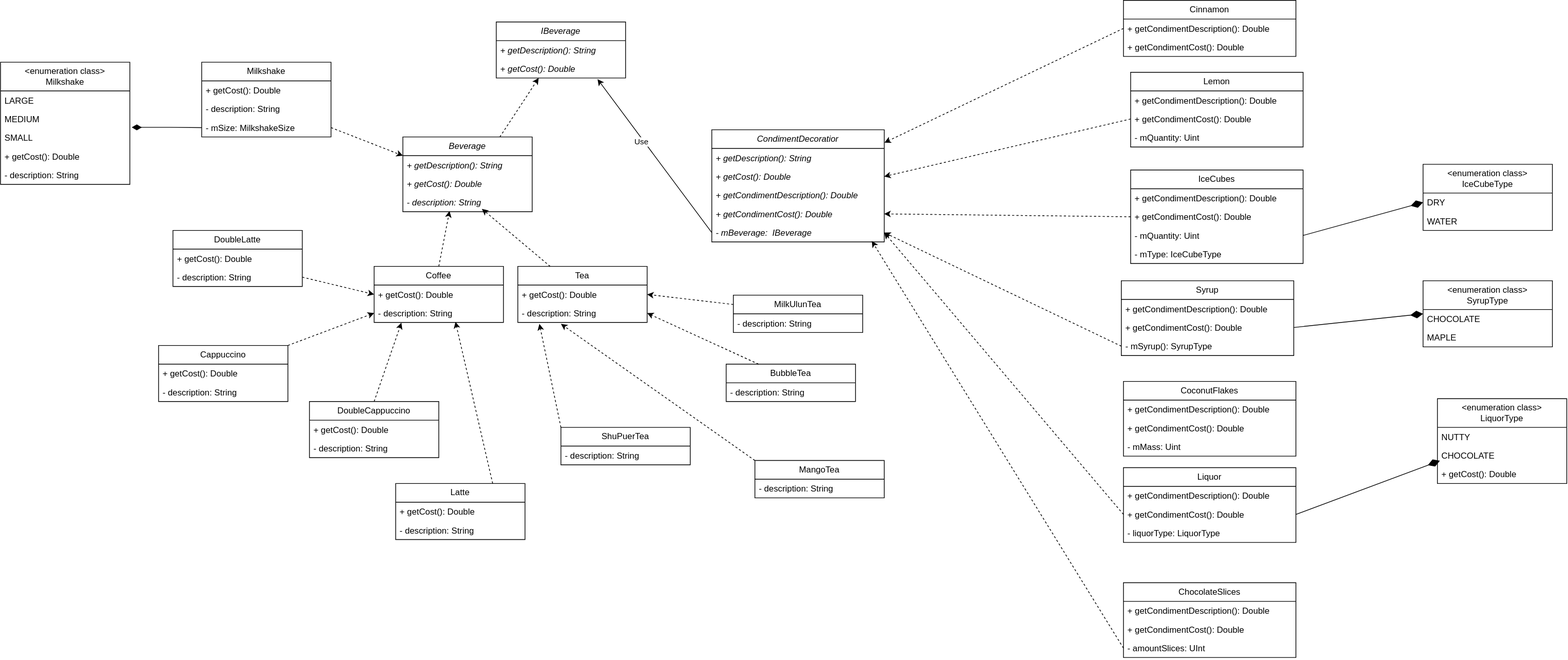
The draw.io diagram lab3/src/main/condimentsUML.svg in kirll-web/ood, before a commit. Source tidied: cells renumbered, new cells last; positions are measured from the earlier drawing's top-left corner, leaving out a move shared by most shapes.
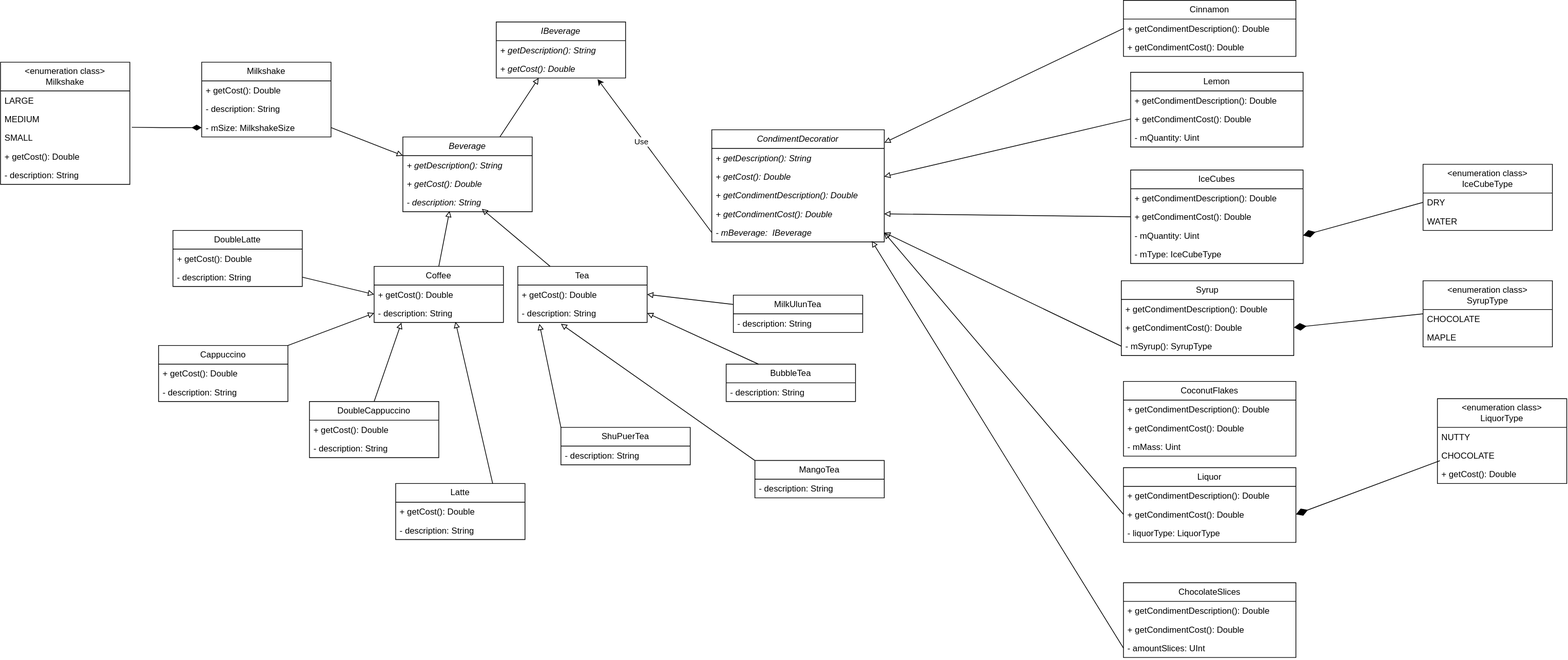
Later version of the same file.

Diff of the diagram source:
```diff
@@ -38,7 +38,7 @@
     <mxCell id="13" value="- description: String" style="text;strokeColor=none;fillColor=none;align=left;verticalAlign=top;spacingLeft=4;spacingRight=4;overflow=hidden;whiteSpace=wrap;html=1;fontStyle=0;" parent="12" vertex="1">
       <mxGeometry y="26" width="180" height="26" as="geometry" />
     </mxCell>
-    <mxCell id="14" style="rounded=0;jettySize=auto;html=1;exitX=0;exitY=0.25;exitDx=0;exitDy=0;entryX=1;entryY=0.5;entryDx=0;entryDy=0;dashed=1;" parent="1" edge="1" source="15" target="10">
+    <mxCell id="14" style="rounded=0;jettySize=auto;html=1;exitX=0;exitY=0.25;exitDx=0;exitDy=0;entryX=1;entryY=0.5;entryDx=0;entryDy=0;endArrow=block;endFill=0;" parent="1" edge="1" source="15" target="10">
       <mxGeometry relative="1" as="geometry" />
     </mxCell>
     <mxCell id="15" value="MilkUlunTea" style="swimlane;fontStyle=0;horizontal=1;startSize=26;fillColor=none;whiteSpace=wrap;html=1;" parent="1" vertex="1">
@@ -53,7 +53,7 @@
     <mxCell id="18" value="- description: String" style="text;strokeColor=none;fillColor=none;align=left;verticalAlign=top;spacingLeft=4;spacingRight=4;overflow=hidden;whiteSpace=wrap;html=1;fontStyle=0;" parent="17" vertex="1">
       <mxGeometry y="26" width="180" height="26" as="geometry" />
     </mxCell>
-    <mxCell id="19" style="rounded=0;jettySize=auto;html=1;exitX=0;exitY=0;exitDx=0;exitDy=0;dashed=1;" parent="1" edge="1" source="20">
+    <mxCell id="19" style="rounded=0;jettySize=auto;html=1;exitX=0;exitY=0;exitDx=0;exitDy=0;endArrow=block;endFill=0;" parent="1" edge="1" source="20">
       <mxGeometry relative="1" as="geometry">
         <mxPoint x="780" y="450" as="targetPoint" />
       </mxGeometry>
@@ -64,7 +64,7 @@
     <mxCell id="21" value="- description: String" style="text;strokeColor=none;fillColor=none;align=left;verticalAlign=top;spacingLeft=4;spacingRight=4;overflow=hidden;whiteSpace=wrap;html=1;fontStyle=0;" parent="20" vertex="1">
       <mxGeometry y="26" width="180" height="26" as="geometry" />
     </mxCell>
-    <mxCell id="22" style="rounded=0;jettySize=auto;html=1;exitX=1;exitY=0;exitDx=0;exitDy=0;entryX=0;entryY=0.5;entryDx=0;entryDy=0;dashed=1;" parent="1" edge="1" source="23" target="8">
+    <mxCell id="22" style="rounded=0;jettySize=auto;html=1;exitX=1;exitY=0;exitDx=0;exitDy=0;entryX=0;entryY=0.5;entryDx=0;entryDy=0;endArrow=block;endFill=0;" parent="1" edge="1" source="23" target="8">
       <mxGeometry relative="1" as="geometry" />
     </mxCell>
     <mxCell id="23" value="Cappuccino" style="swimlane;fontStyle=0;horizontal=1;startSize=26;fillColor=none;whiteSpace=wrap;html=1;" parent="1" vertex="1">
@@ -274,30 +274,27 @@
     <mxCell id="91" value="-&amp;nbsp;amountSlices&lt;span style=&quot;background-color: initial;&quot;&gt;:&amp;nbsp;&lt;/span&gt;&lt;span style=&quot;background-color: initial;&quot;&gt;UInt&lt;/span&gt;" style="text;strokeColor=none;fillColor=none;align=left;verticalAlign=top;spacingLeft=4;spacingRight=4;overflow=hidden;points=[[0,0.5],[1,0.5]];portConstraint=eastwest;whiteSpace=wrap;html=1;fontStyle=0;" parent="88" vertex="1">
       <mxGeometry y="78" width="240" height="26" as="geometry" />
     </mxCell>
-    <mxCell id="92" style="rounded=0;jettySize=auto;html=1;exitX=0.75;exitY=0;exitDx=0;exitDy=0;entryX=0.328;entryY=1;entryDx=0;entryDy=0;entryPerimeter=0;dashed=1;" parent="1" edge="1" source="2" target="53">
+    <mxCell id="92" style="rounded=0;jettySize=auto;html=1;exitX=0.75;exitY=0;exitDx=0;exitDy=0;entryX=0.328;entryY=1;entryDx=0;entryDy=0;entryPerimeter=0;endArrow=block;endFill=0;" parent="1" edge="1" source="2" target="53">
       <mxGeometry relative="1" as="geometry" />
     </mxCell>
-    <mxCell id="93" style="rounded=0;jettySize=auto;html=1;exitX=0.5;exitY=0;exitDx=0;exitDy=0;entryX=0.361;entryY=0.962;entryDx=0;entryDy=0;entryPerimeter=0;dashed=1;" parent="1" edge="1" source="6" target="5">
+    <mxCell id="93" style="rounded=0;jettySize=auto;html=1;exitX=0.5;exitY=0;exitDx=0;exitDy=0;entryX=0.361;entryY=0.962;entryDx=0;entryDy=0;entryPerimeter=0;endArrow=block;endFill=0;" parent="1" edge="1" source="6" target="5">
       <mxGeometry relative="1" as="geometry" />
     </mxCell>
-    <mxCell id="94" style="rounded=0;jettySize=auto;html=1;exitX=0.25;exitY=0;exitDx=0;exitDy=0;dashed=1;" parent="1" edge="1" source="9">
+    <mxCell id="94" style="rounded=0;jettySize=auto;html=1;exitX=0.25;exitY=0;exitDx=0;exitDy=0;endArrow=block;endFill=0;" parent="1" edge="1" source="9">
       <mxGeometry relative="1" as="geometry">
         <mxPoint x="670" y="290" as="targetPoint" />
       </mxGeometry>
     </mxCell>
-    <mxCell id="95" style="rounded=0;jettySize=auto;html=1;exitX=1;exitY=0.5;exitDx=0;exitDy=0;entryX=0;entryY=0.5;entryDx=0;entryDy=0;dashed=1;" parent="1" edge="1" source="34" target="7">
+    <mxCell id="95" style="rounded=0;jettySize=auto;html=1;exitX=1;exitY=0.5;exitDx=0;exitDy=0;entryX=0;entryY=0.5;entryDx=0;entryDy=0;endArrow=block;endFill=0;" parent="1" edge="1" source="34" target="7">
       <mxGeometry relative="1" as="geometry" />
     </mxCell>
-    <mxCell id="96" style="rounded=0;jettySize=auto;html=1;exitX=0.5;exitY=0;exitDx=0;exitDy=0;entryX=0.211;entryY=1.014;entryDx=0;entryDy=0;entryPerimeter=0;dashed=1;" parent="1" edge="1" source="26" target="8">
+    <mxCell id="96" style="rounded=0;jettySize=auto;html=1;exitX=0.5;exitY=0;exitDx=0;exitDy=0;entryX=0.211;entryY=1.014;entryDx=0;entryDy=0;entryPerimeter=0;endArrow=block;endFill=0;" parent="1" edge="1" source="26" target="8">
       <mxGeometry relative="1" as="geometry" />
     </mxCell>
-    <mxCell id="97" style="rounded=0;jettySize=auto;html=1;exitX=0.75;exitY=0;exitDx=0;exitDy=0;entryX=0.629;entryY=0.968;entryDx=0;entryDy=0;entryPerimeter=0;dashed=1;" parent="1" edge="1" source="29" target="8">
+    <mxCell id="97" style="rounded=0;jettySize=auto;html=1;exitX=0.75;exitY=0;exitDx=0;exitDy=0;entryX=0.629;entryY=0.968;entryDx=0;entryDy=0;entryPerimeter=0;endArrow=block;endFill=0;" parent="1" edge="1" source="29" target="8">
       <mxGeometry relative="1" as="geometry" />
     </mxCell>
-    <mxCell id="98" style="edgeStyle=orthogonalEdgeStyle;rounded=0;jettySize=auto;html=1;exitX=1.015;exitY=-0.054;exitDx=0;exitDy=0;entryX=0;entryY=0.5;entryDx=0;entryDy=0;endArrow=none;endFill=0;startArrow=diamondThin;startFill=1;exitPerimeter=0;endSize=13;targetPerimeterSpacing=8;sourcePerimeterSpacing=11;startSize=11;" parent="1" edge="1" source="42" target="38">
-      <mxGeometry relative="1" as="geometry" />
-    </mxCell>
-    <mxCell id="99" style="rounded=0;jettySize=auto;html=1;exitX=1;exitY=0.5;exitDx=0;exitDy=0;dashed=1;entryX=0;entryY=0.25;entryDx=0;entryDy=0;" parent="1" edge="1" source="38" target="2">
+    <mxCell id="99" style="rounded=0;jettySize=auto;html=1;exitX=1;exitY=0.5;exitDx=0;exitDy=0;entryX=0;entryY=0.25;entryDx=0;entryDy=0;endArrow=block;endFill=0;" parent="1" edge="1" source="38" target="2">
       <mxGeometry relative="1" as="geometry" />
     </mxCell>
     <mxCell id="100" style="rounded=0;jettySize=auto;html=1;exitX=0;exitY=0.5;exitDx=0;exitDy=0;entryX=0.783;entryY=1.059;entryDx=0;entryDy=0;entryPerimeter=0;" parent="1" edge="1" source="50" target="53">
@@ -308,37 +305,40 @@
         <mxPoint y="1" as="offset" />
       </mxGeometry>
     </mxCell>
-    <mxCell id="102" style="rounded=0;jettySize=auto;html=1;exitX=0.25;exitY=0;exitDx=0;exitDy=0;entryX=1;entryY=0.5;entryDx=0;entryDy=0;dashed=1;" parent="1" edge="1" source="12" target="11">
+    <mxCell id="102" style="rounded=0;jettySize=auto;html=1;exitX=0.25;exitY=0;exitDx=0;exitDy=0;entryX=1;entryY=0.5;entryDx=0;entryDy=0;endArrow=block;endFill=0;" parent="1" edge="1" source="12" target="11">
       <mxGeometry relative="1" as="geometry" />
     </mxCell>
-    <mxCell id="103" style="rounded=0;jettySize=auto;html=1;exitX=0;exitY=0;exitDx=0;exitDy=0;entryX=0.167;entryY=1.077;entryDx=0;entryDy=0;entryPerimeter=0;dashed=1;" parent="1" edge="1" source="17" target="11">
+    <mxCell id="103" style="rounded=0;jettySize=auto;html=1;exitX=0;exitY=0;exitDx=0;exitDy=0;entryX=0.167;entryY=1.077;entryDx=0;entryDy=0;entryPerimeter=0;endArrow=block;endFill=0;" parent="1" edge="1" source="17" target="11">
       <mxGeometry relative="1" as="geometry" />
     </mxCell>
-    <mxCell id="104" style="rounded=0;jettySize=auto;html=1;exitX=0;exitY=0.5;exitDx=0;exitDy=0;dashed=1;entryX=1.001;entryY=0.115;entryDx=0;entryDy=0;entryPerimeter=0;" parent="1" edge="1" source="55" target="45">
+    <mxCell id="104" style="rounded=0;jettySize=auto;html=1;exitX=0;exitY=0.5;exitDx=0;exitDy=0;entryX=1.001;entryY=0.115;entryDx=0;entryDy=0;entryPerimeter=0;endArrow=block;endFill=0;" parent="1" edge="1" source="55" target="45">
       <mxGeometry relative="1" as="geometry" />
     </mxCell>
-    <mxCell id="105" style="rounded=0;jettySize=auto;html=1;exitX=0;exitY=0.5;exitDx=0;exitDy=0;entryX=1;entryY=0.5;entryDx=0;entryDy=0;dashed=1;" parent="1" edge="1" source="59" target="47">
+    <mxCell id="105" style="rounded=0;jettySize=auto;html=1;exitX=0;exitY=0.5;exitDx=0;exitDy=0;entryX=1;entryY=0.5;entryDx=0;entryDy=0;endArrow=block;endFill=0;" parent="1" edge="1" source="59" target="47">
       <mxGeometry relative="1" as="geometry" />
     </mxCell>
-    <mxCell id="106" style="rounded=0;jettySize=auto;html=1;exitX=0;exitY=0.5;exitDx=0;exitDy=0;entryX=1;entryY=0.5;entryDx=0;entryDy=0;dashed=1;" parent="1" edge="1" source="63" target="49">
+    <mxCell id="106" style="rounded=0;jettySize=auto;html=1;exitX=0;exitY=0.5;exitDx=0;exitDy=0;entryX=1;entryY=0.5;entryDx=0;entryDy=0;endArrow=block;endFill=0;" parent="1" edge="1" source="63" target="49">
       <mxGeometry relative="1" as="geometry" />
     </mxCell>
-    <mxCell id="107" style="rounded=0;jettySize=auto;html=1;exitX=0;exitY=0.5;exitDx=0;exitDy=0;entryX=1;entryY=0.5;entryDx=0;entryDy=0;dashed=1;" parent="1" edge="1" source="72" target="50">
+    <mxCell id="107" style="rounded=0;jettySize=auto;html=1;exitX=0;exitY=0.5;exitDx=0;exitDy=0;entryX=1;entryY=0.5;entryDx=0;entryDy=0;endArrow=block;endFill=0;" parent="1" edge="1" source="72" target="50">
       <mxGeometry relative="1" as="geometry" />
     </mxCell>
-    <mxCell id="108" style="rounded=0;jettySize=auto;html=1;exitX=0;exitY=0.5;exitDx=0;exitDy=0;entryX=0.928;entryY=0.949;entryDx=0;entryDy=0;entryPerimeter=0;dashed=1;" parent="1" edge="1" source="91" target="50">
+    <mxCell id="108" style="rounded=0;jettySize=auto;html=1;exitX=0;exitY=0.5;exitDx=0;exitDy=0;entryX=0.928;entryY=0.949;entryDx=0;entryDy=0;entryPerimeter=0;endArrow=block;endFill=0;" parent="1" edge="1" source="91" target="50">
       <mxGeometry relative="1" as="geometry" />
     </mxCell>
-    <mxCell id="109" style="rounded=0;jettySize=auto;html=1;exitX=0;exitY=0.5;exitDx=0;exitDy=0;dashed=1;entryX=1;entryY=0.5;entryDx=0;entryDy=0;" parent="1" edge="1" source="82" target="50">
+    <mxCell id="109" style="rounded=0;jettySize=auto;html=1;exitX=0;exitY=0.5;exitDx=0;exitDy=0;entryX=1;entryY=0.5;entryDx=0;entryDy=0;endArrow=block;endFill=0;" parent="1" edge="1" source="82" target="50">
       <mxGeometry relative="1" as="geometry" />
     </mxCell>
+    <mxCell id="111" style="rounded=0;jettySize=auto;html=1;exitX=0;exitY=0.5;exitDx=0;exitDy=0;entryX=1;entryY=0.5;entryDx=0;entryDy=0;endArrow=diamondThin;endFill=1;endSize=15;" parent="1" edge="1" source="73" target="71">
+      <mxGeometry relative="1" as="geometry" />
+    </mxCell>
+    <mxCell id="98" style="edgeStyle=orthogonalEdgeStyle;rounded=0;jettySize=auto;html=1;exitX=0;exitY=0.5;exitDx=0;exitDy=0;entryX=1.015;entryY=-0.054;entryDx=0;entryDy=0;endArrow=none;endFill=0;startArrow=diamondThin;startFill=1;endSize=13;targetPerimeterSpacing=11;sourcePerimeterSpacing=8;startSize=11;entryPerimeter=0;" parent="1" edge="1" source="38" target="42">
+      <mxGeometry relative="1" as="geometry" />
+    </mxCell>
-    <mxCell id="110" style="rounded=0;jettySize=auto;html=1;exitX=1;exitY=0.5;exitDx=0;exitDy=0;entryX=0;entryY=0.5;entryDx=0;entryDy=0;endArrow=diamondThin;endFill=1;endSize=15;" parent="1" edge="1" source="64" target="67">
+    <mxCell id="110" style="rounded=0;jettySize=auto;html=1;exitX=0;exitY=0.5;exitDx=0;exitDy=0;entryX=1;entryY=0.5;entryDx=0;entryDy=0;endArrow=diamondThin;endFill=1;endSize=15;" parent="1" edge="1" source="67" target="64">
       <mxGeometry relative="1" as="geometry" />
     </mxCell>
-    <mxCell id="111" style="rounded=0;jettySize=auto;html=1;exitX=1;exitY=0.5;exitDx=0;exitDy=0;entryX=0;entryY=0.5;entryDx=0;entryDy=0;endArrow=diamondThin;endFill=1;endSize=15;" parent="1" edge="1" source="71" target="73">
-      <mxGeometry relative="1" as="geometry" />
-    </mxCell>
-    <mxCell id="112" style="rounded=0;jettySize=auto;html=1;exitX=1;exitY=0.5;exitDx=0;exitDy=0;entryX=0.019;entryY=-0.218;entryDx=0;entryDy=0;entryPerimeter=0;endArrow=diamondThin;endFill=1;endSize=15;" parent="1" edge="1" source="82" target="87">
+    <mxCell id="112" style="rounded=0;jettySize=auto;html=1;exitX=0.019;exitY=-0.218;exitDx=0;exitDy=0;entryX=1;entryY=0.5;entryDx=0;entryDy=0;endArrow=diamondThin;endFill=1;endSize=15;exitPerimeter=0;" parent="1" edge="1" source="87" target="82">
       <mxGeometry relative="1" as="geometry" />
     </mxCell>
   </root>
```
